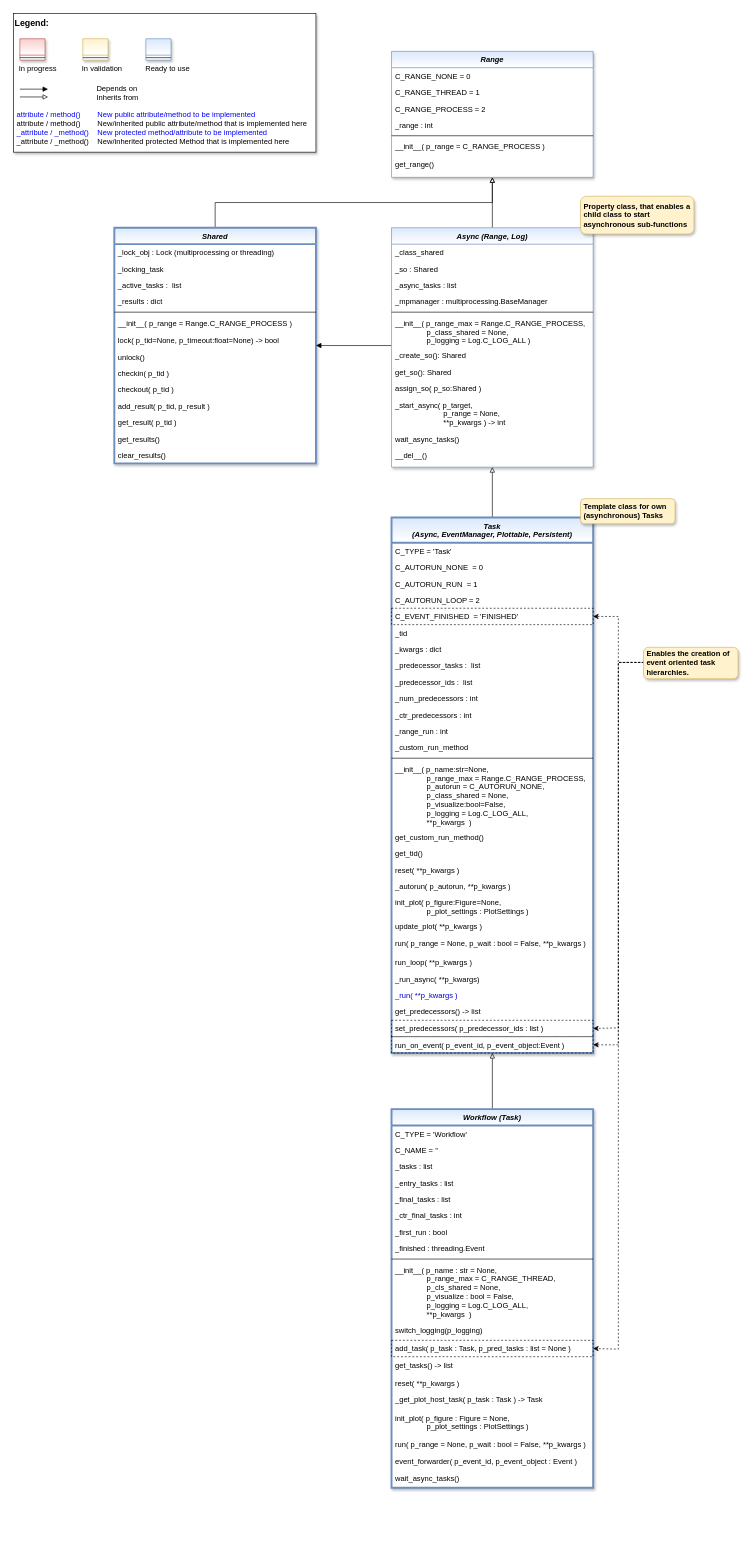
This is doc/rtd/content/99_appendices/appendix2/sub/core/mlpro_bf/layer1_computation/images/MLPro-BF-MT_class_diagram.drawio from fhswf/MLPro, a draw.io file, before an edit. Source tidied: cells renumbered, new cells numbered last; positions are measured from the earlier drawing's top-left corner, leaving out a move shared by most shapes. Both pictures are drawn from the tidied source at 63%, with x=0, y=0 at pixel (13, 13).
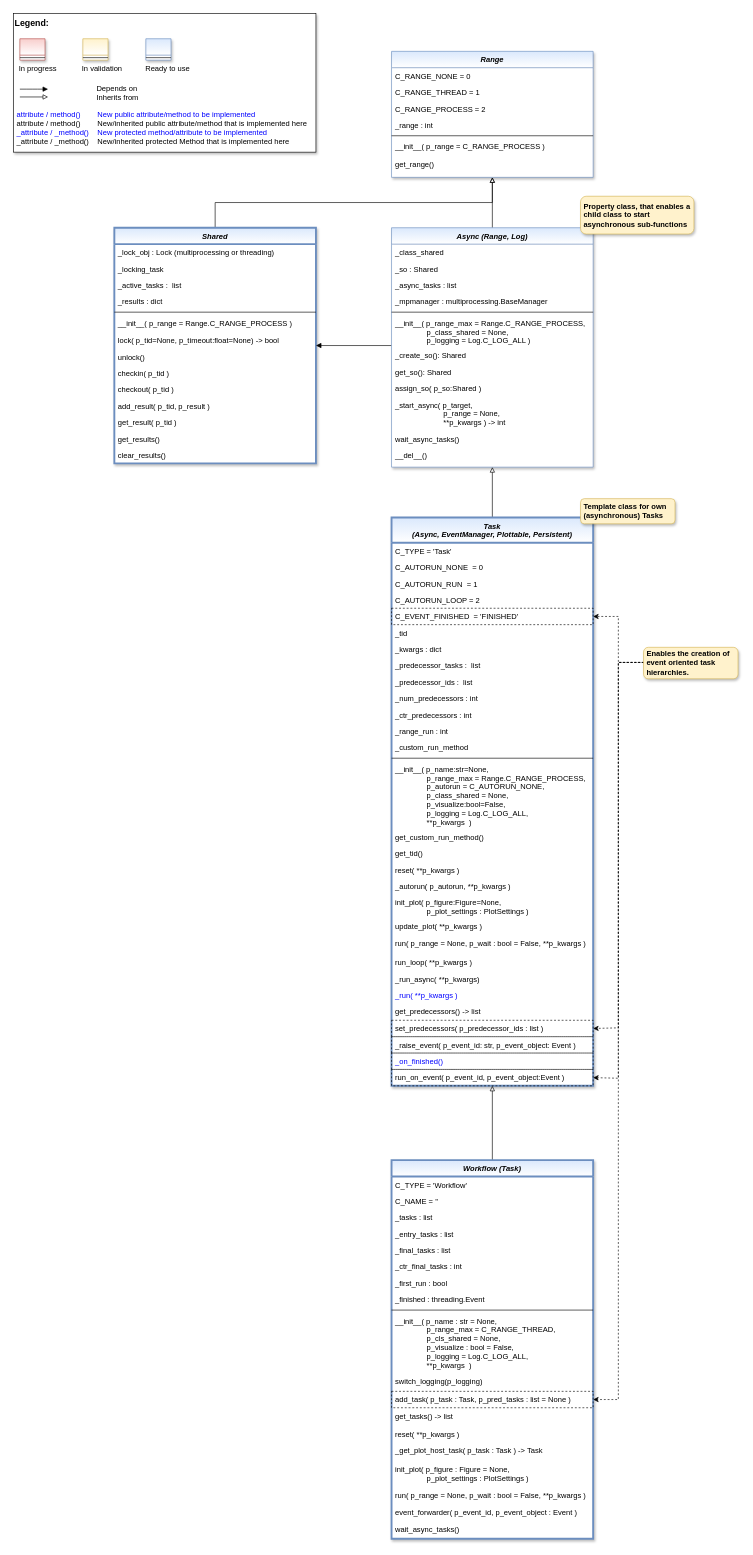
After the change.

Commit message (it also covers changes not shown here):
new method bf.mt.Task._on_finished()

Unchanged cells that the change refers to:
```xml
<mxCell id="87" value="add_task( p_task : Task, p_pred_tasks : list = None )" style="text;align=left;verticalAlign=top;spacingLeft=4;spacingRight=4;overflow=hidden;points=[[0,0.5],[1,0.5]];portConstraint=eastwest;fontColor=default;strokeColor=default;dashed=1;" parent="75" vertex="1">
  <mxGeometry y="367" width="320" height="26" as="geometry" />
</mxCell>
<mxCell id="99" value="Enables the creation of event oriented task hierarchies." style="rounded=1;whiteSpace=wrap;html=1;fillColor=#fff2cc;strokeColor=#d6b656;shadow=1;gradientColor=none;fontStyle=1;align=left;verticalAlign=middle;spacingRight=3;spacingLeft=3;" parent="1" vertex="1">
  <mxGeometry x="1000" y="1006" width="150" height="50" as="geometry" />
</mxCell>
```

Change to the diagram source:
```diff
@@
     <mxCell id="45" value="Task &#10;(Async, EventManager, Plottable, Persistent)" style="swimlane;fontStyle=3;align=center;verticalAlign=top;horizontal=1;startSize=40;rounded=0;shadow=1;strokeWidth=3;fillColor=#dae8fc;strokeColor=#6c8ebf;glass=0;swimlaneFillColor=#ffffff;gradientColor=#FFFFFF;" parent="1" vertex="1">
-      <mxGeometry x="600" y="800" width="320" height="850" as="geometry" />
+      <mxGeometry x="600" y="800" width="320" height="902" as="geometry" />
     </mxCell>
@@
-    <mxCell id="70" value="_run( **p_kwargs )" style="text;align=left;verticalAlign=top;spacingLeft=4;spacingRight=4;overflow=hidden;fontColor=#0000CC;" parent="45" vertex="1">
+    <mxCell id="70" value="_run( **p_kwargs )" style="text;align=left;verticalAlign=top;spacingLeft=4;spacingRight=4;overflow=hidden;fontColor=#0000FF;" parent="45" vertex="1">
       <mxGeometry y="745" width="320" height="26" as="geometry" />
     </mxCell>
@@
+    <mxCell id="109" value="_raise_event( p_event_id: str, p_event_object: Event )" style="text;align=left;verticalAlign=top;spacingLeft=4;spacingRight=4;overflow=hidden;fontColor=default;labelBorderColor=none;strokeColor=default;dashed=1;" parent="45" vertex="1">
+      <mxGeometry y="824" width="320" height="26" as="geometry" />
+    </mxCell>
+    <mxCell id="110" value="_on_finished()" style="text;align=left;verticalAlign=top;spacingLeft=4;spacingRight=4;overflow=hidden;fontColor=#0000FF;labelBorderColor=none;strokeColor=default;dashed=1;" parent="45" vertex="1">
+      <mxGeometry y="850" width="320" height="26" as="geometry" />
+    </mxCell>
     <mxCell id="73" value="run_on_event( p_event_id, p_event_object:Event )" style="text;align=left;verticalAlign=top;spacingLeft=4;spacingRight=4;overflow=hidden;points=[[0,0.5],[1,0.5]];portConstraint=eastwest;fontColor=default;labelBorderColor=none;strokeColor=default;dashed=1;" parent="45" vertex="1">
-      <mxGeometry y="824" width="320" height="26" as="geometry" />
+      <mxGeometry y="876" width="320" height="26" as="geometry" />
     </mxCell>
@@
     <mxCell id="75" value="Workflow (Task)" style="swimlane;fontStyle=3;align=center;verticalAlign=top;horizontal=1;startSize=26;rounded=0;shadow=1;strokeWidth=3;fillColor=#dae8fc;strokeColor=#6c8ebf;glass=0;swimlaneFillColor=#ffffff;gradientColor=#FFFFFF;" parent="1" vertex="1">
-      <mxGeometry x="600" y="1739" width="320" height="601" as="geometry" />
+      <mxGeometry x="600" y="1820" width="320" height="601" as="geometry" />
     </mxCell>
@@
     <mxCell id="95" style="edgeStyle=orthogonalEdgeStyle;rounded=0;jettySize=auto;html=1;fontColor=#FF0000;exitX=0;exitY=0.5;exitDx=0;exitDy=0;dashed=1;entryX=1;entryY=0.5;entryDx=0;entryDy=0;" parent="1" edge="1" source="99" target="73">
       <mxGeometry relative="1" as="geometry">
         <Array as="points">
           <mxPoint x="1000" y="1030" />
           <mxPoint x="960" y="1030" />
-          <mxPoint x="960" y="1637" />
+          <mxPoint x="960" y="1690" />
         </Array>
       </mxGeometry>
     </mxCell>
@@
     <mxCell id="97" style="edgeStyle=orthogonalEdgeStyle;rounded=0;jettySize=auto;html=1;dashed=1;fontColor=#FF0000;entryX=1;entryY=0.5;entryDx=0;entryDy=0;" parent="1" edge="1" source="99" target="87">
       <mxGeometry relative="1" as="geometry">
         <Array as="points">
           <mxPoint x="960" y="1030" />
-          <mxPoint x="960" y="2120" />
+          <mxPoint x="960" y="2200" />
         </Array>
       </mxGeometry>
     </mxCell>
```
